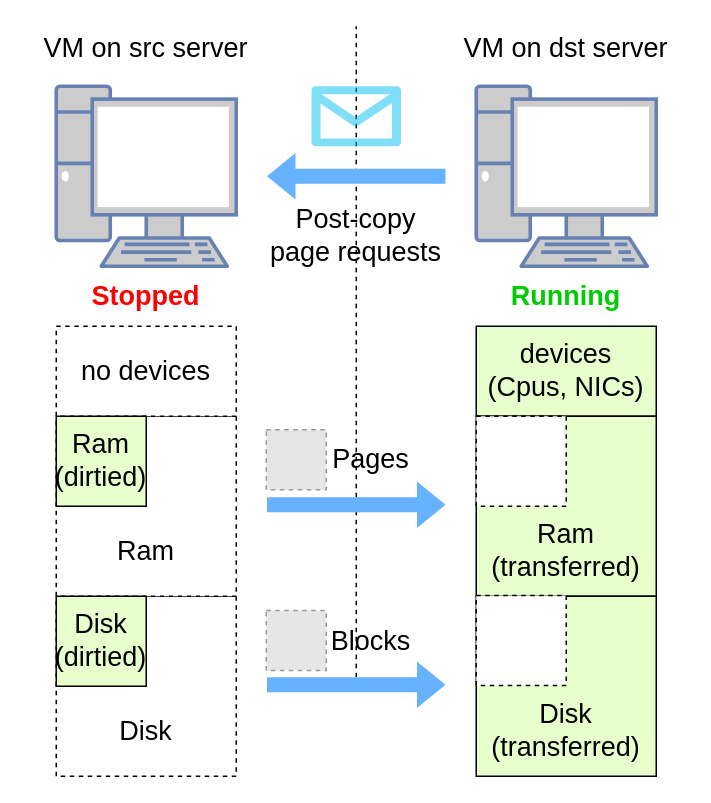
Before: qemu-migration/postcopy vm partition.drawio in xuyizhe1999/drawio, a draw.io diagram. Source tidied: cells renumbered, new cells numbered last; positions are measured from the earlier drawing's top-left corner, leaving out a move shared by most shapes. Both pictures are drawn from the tidied source at 150%, with x=0, y=0 at pixel (26, 26). Pictures stored in the file or linked from it are replaced by grey dashed boxes.
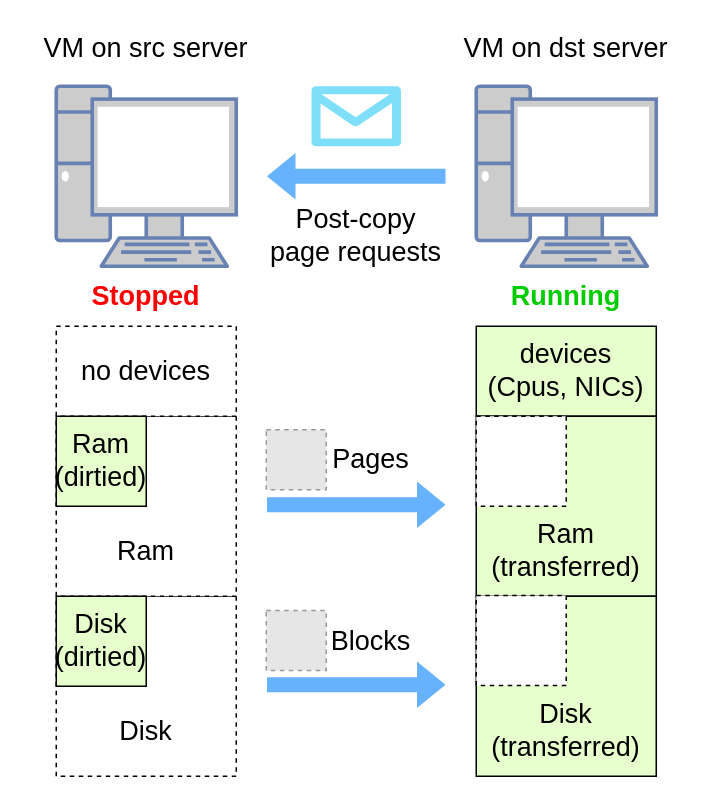
The same diagram, later.

What changed in the source:
```diff
@@
-    <mxCell id="6" style="endArrow=none;dashed=1;html=1;rounded=0;" parent="1" edge="1">
-      <mxGeometry relative="1" as="geometry">
-        <mxPoint x="220" y="440" as="sourcePoint" />
-        <mxPoint x="220" as="targetPoint" />
-      </mxGeometry>
-    </mxCell>
```
